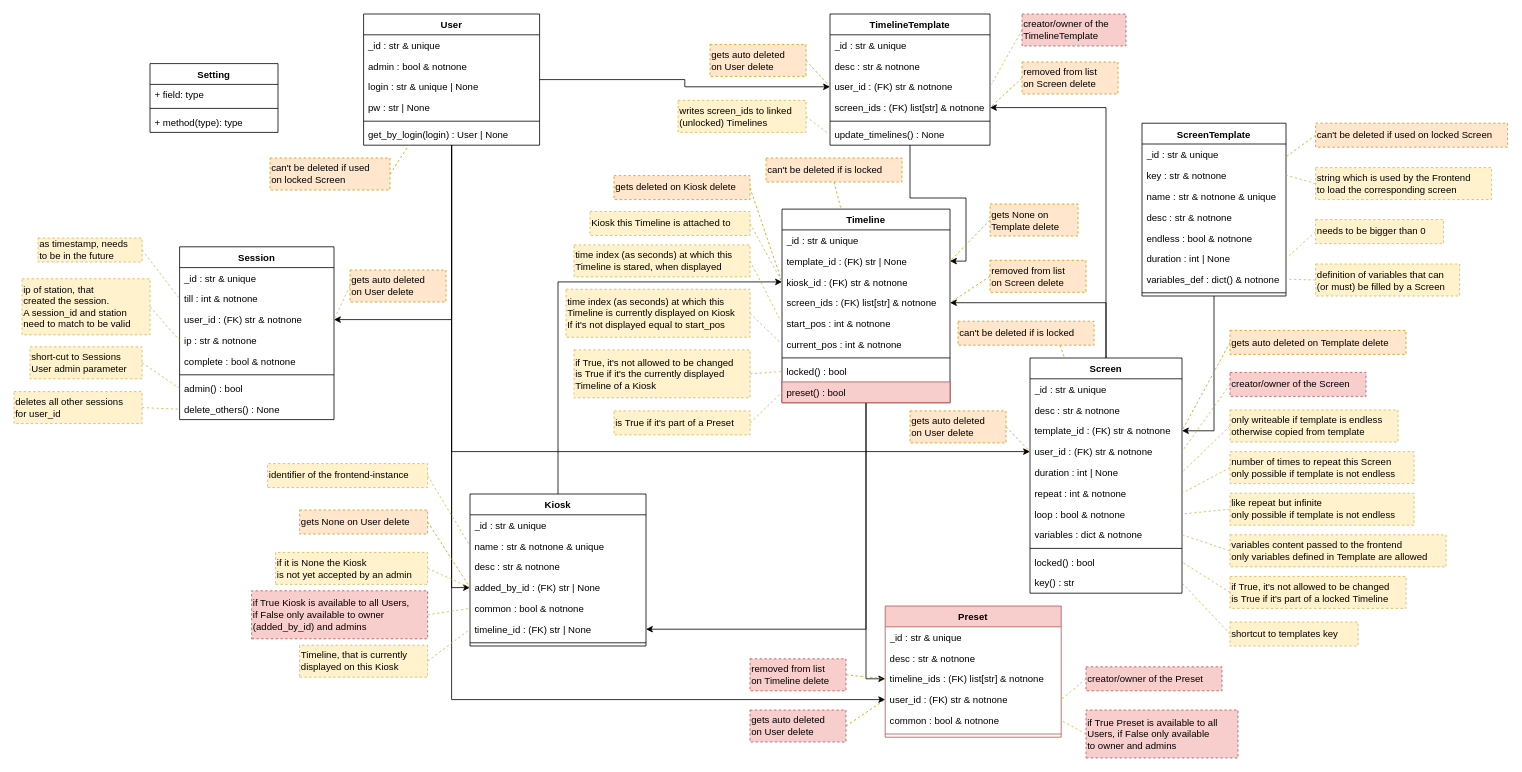
nlptournament/nlpt-kiosk keeps this draw.io diagram as docs/elements.drawio. Above is the earlier version. Source tidied: cells renumbered, new cells numbered last; positions are measured from the earlier drawing's top-left corner, leaving out a move shared by most shapes. Both pictures are drawn from the tidied source at 80%, with x=0, y=0 at pixel (14, 14).
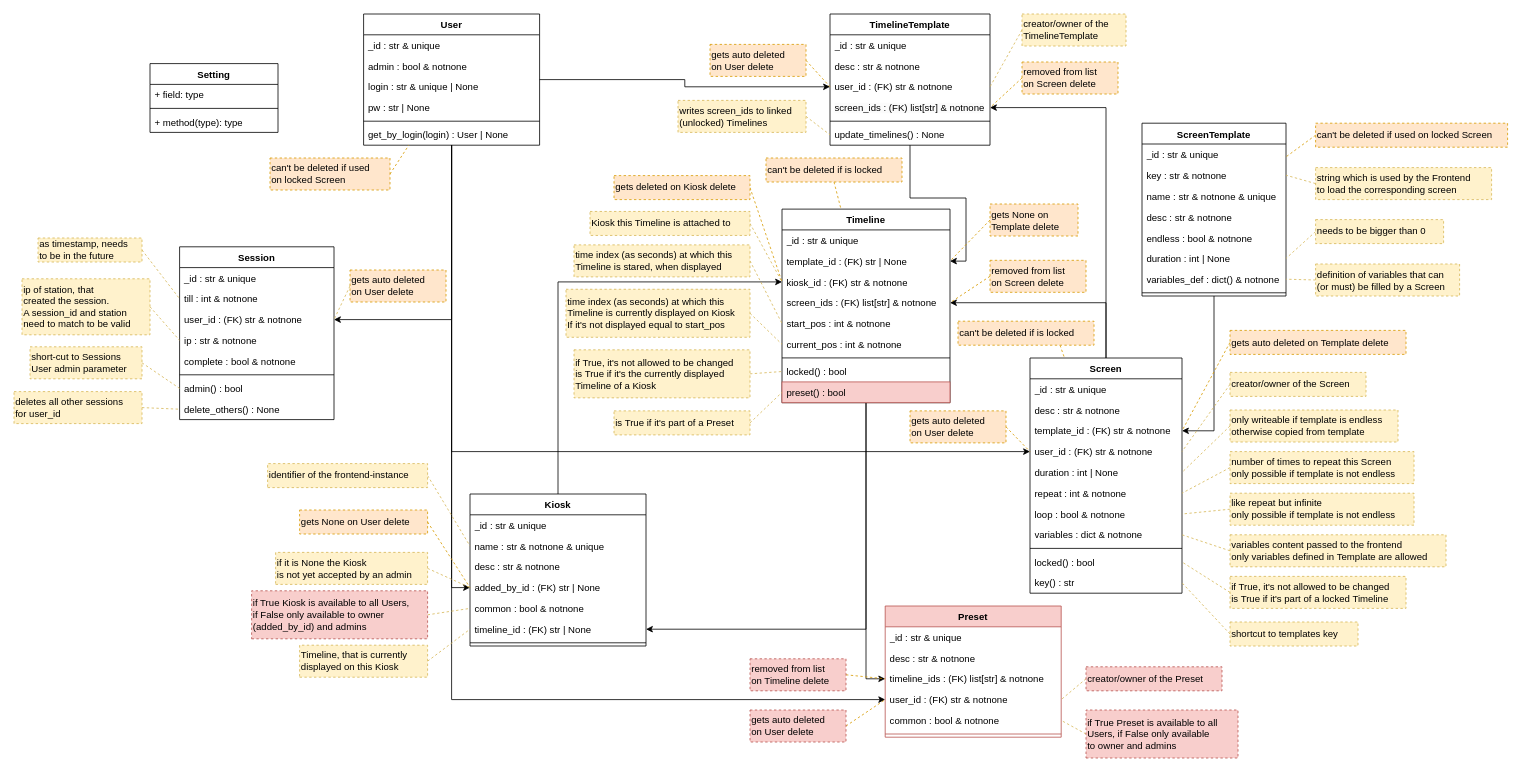
Above is the later version.

Commit message (it also covers changes not shown here):
backend: created Endpoints for ScreenTemplate, Screen and TimelineTemplate

Change to the diagram source:
```diff
@@
-    <mxCell id="128" value="&lt;div&gt;creator/owner of the Screen&lt;/div&gt;" style="rounded=0;whiteSpace=wrap;html=1;fillColor=#f8cecc;strokeColor=#b85450;dashed=1;align=left;verticalAlign=middle;horizontal=1;labelPosition=center;verticalLabelPosition=middle;" parent="1" vertex="1">
+    <mxCell id="128" value="&lt;div&gt;creator/owner of the Screen&lt;/div&gt;" style="rounded=0;whiteSpace=wrap;html=1;fillColor=#fff2cc;strokeColor=#d6b656;dashed=1;align=left;verticalAlign=middle;horizontal=1;labelPosition=center;verticalLabelPosition=middle;" parent="1" vertex="1">
       <mxGeometry x="1520" y="448" width="170" height="30" as="geometry" />
     </mxCell>
@@
-    <mxCell id="130" value="&lt;div&gt;creator/owner of the&lt;/div&gt;&lt;div&gt;TimelineTemplate&lt;/div&gt;" style="rounded=0;whiteSpace=wrap;html=1;fillColor=#f8cecc;strokeColor=#b85450;dashed=1;align=left;verticalAlign=middle;horizontal=1;labelPosition=center;verticalLabelPosition=middle;" parent="1" vertex="1">
+    <mxCell id="130" value="&lt;div&gt;creator/owner of the&lt;/div&gt;&lt;div&gt;TimelineTemplate&lt;/div&gt;" style="rounded=0;whiteSpace=wrap;html=1;fillColor=#fff2cc;strokeColor=#d6b656;dashed=1;align=left;verticalAlign=middle;horizontal=1;labelPosition=center;verticalLabelPosition=middle;" parent="1" vertex="1">
       <mxGeometry x="1260" width="130" height="40" as="geometry" />
     </mxCell>
```
